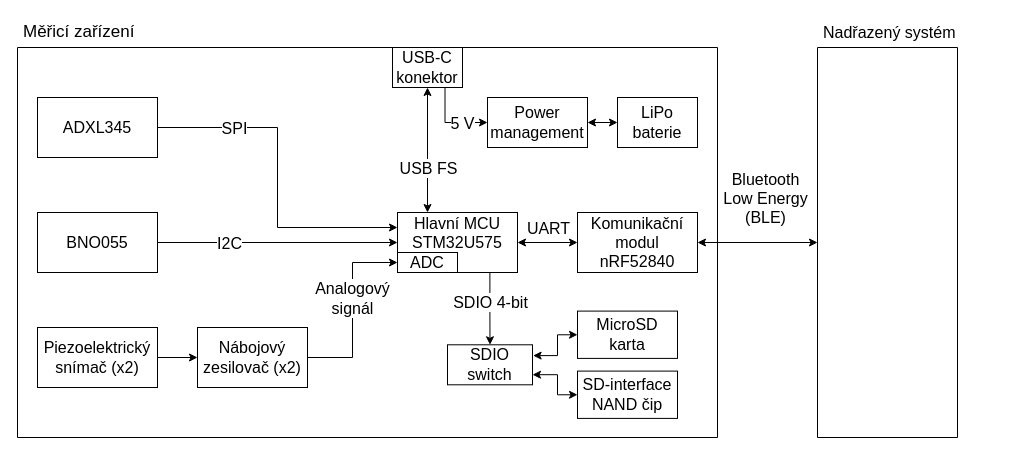
This is acc_diagram2_en.drawio from drasalmarek/accelerometer_block_diagram, a draw.io file, before an edit. Source tidied: cells renumbered, new cells numbered last; positions are measured from the earlier drawing's top-left corner, leaving out a move shared by most shapes. Both pictures are drawn from the tidied source at 100%, with x=0, y=0 at pixel (17, 17).
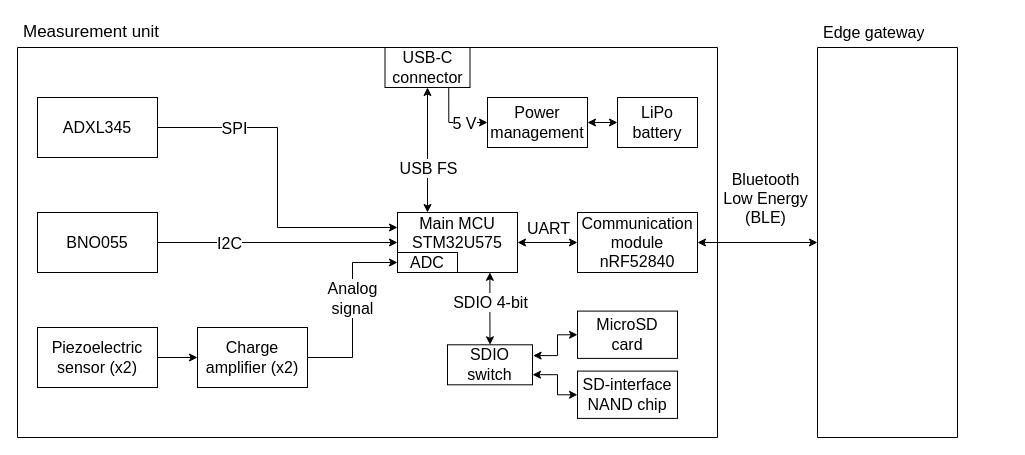
The same diagram, later.

The change refers to these unchanged cells:
```xml
<mxCell id="9" style="swimlane;startSize=0;glass=0;fontSize=16;" parent="1" vertex="1">
  <mxGeometry y="30" width="700" height="390" as="geometry" />
</mxCell>
<mxCell id="26" value="Power management" style="rounded=0;whiteSpace=wrap;html=1;fontSize=16;" parent="9" vertex="1">
  <mxGeometry x="470" y="50" width="100" height="50" as="geometry" />
</mxCell>
<mxCell id="29" style="edgeStyle=orthogonalEdgeStyle;rounded=0;jettySize=auto;html=1;exitX=1;exitY=0.5;exitDx=0;exitDy=0;entryX=0;entryY=0.5;entryDx=0;entryDy=0;fontSize=16;" parent="9" edge="1" source="24" target="28">
  <mxGeometry relative="1" as="geometry" />
</mxCell>
<mxCell id="31" value="SDIO switch" style="rounded=0;whiteSpace=wrap;html=1;fontSize=16;" parent="9" vertex="1">
  <mxGeometry x="430" y="297.3" width="85" height="40" as="geometry" />
</mxCell>
```

What changed in the source:
```diff
@@
-    <mxCell id="4" style="edgeStyle=orthogonalEdgeStyle;rounded=0;jettySize=auto;html=1;exitX=0.5;exitY=1;exitDx=0;exitDy=0;entryX=0.25;entryY=0;entryDx=0;entryDy=0;startArrow=classic;startFill=1;fontSize=16;" parent="1" edge="1" source="8" target="13">
-      <mxGeometry relative="1" as="geometry" />
-    </mxCell>
-    <mxCell id="5" value="USB FS" style="edgeLabel;html=1;align=center;verticalAlign=middle;fontSize=16;" parent="4" vertex="1">
-      <mxGeometry relative="1" as="geometry">
-        <mxPoint y="17" as="offset" />
-      </mxGeometry>
-    </mxCell>
-    <mxCell id="6" style="edgeStyle=orthogonalEdgeStyle;rounded=0;jettySize=auto;html=1;exitX=0.75;exitY=1;exitDx=0;exitDy=0;entryX=0;entryY=0.5;entryDx=0;entryDy=0;fontSize=16;" parent="1" edge="1" source="8" target="26">
-      <mxGeometry relative="1" as="geometry" />
-    </mxCell>
-    <mxCell id="7" value="5 V" style="edgeLabel;html=1;align=center;verticalAlign=middle;fontSize=16;" parent="6" vertex="1">
-      <mxGeometry x="0.16" y="1" relative="1" as="geometry">
-        <mxPoint x="7" y="1" as="offset" />
-      </mxGeometry>
-    </mxCell>
-    <mxCell id="8" value="USB-C konektor" style="rounded=0;whiteSpace=wrap;html=1;fontSize=16;" parent="1" vertex="1">
-      <mxGeometry x="375" y="30" width="70" height="40" as="geometry" />
-    </mxCell>
@@
-    <mxCell id="10" value="&lt;div&gt;Komunikační modul nRF52840&lt;/div&gt;" style="rounded=0;whiteSpace=wrap;html=1;fontSize=16;" parent="9" vertex="1">
+    <mxCell id="10" value="&lt;div&gt;Communication module nRF52840&lt;/div&gt;" style="rounded=0;whiteSpace=wrap;html=1;fontSize=16;" parent="9" vertex="1">
       <mxGeometry x="560" y="165" width="120" height="60" as="geometry" />
     </mxCell>
-    <mxCell id="11" style="edgeStyle=orthogonalEdgeStyle;rounded=0;jettySize=auto;html=1;exitX=0.77;exitY=0.997;exitDx=0;exitDy=0;entryX=0.5;entryY=0;entryDx=0;entryDy=0;exitPerimeter=0;fontSize=16;" parent="9" edge="1" source="13" target="31">
+    <mxCell id="11" style="edgeStyle=orthogonalEdgeStyle;rounded=0;jettySize=auto;html=1;exitX=0.77;exitY=0.997;exitDx=0;exitDy=0;entryX=0.5;entryY=0;entryDx=0;entryDy=0;exitPerimeter=0;fontSize=16;startArrow=classic;startFill=1;" parent="9" edge="1" source="13" target="31">
       <mxGeometry relative="1" as="geometry" />
     </mxCell>
@@
-    <mxCell id="13" value="Hlavní MCU STM32U575&lt;div&gt;&lt;br&gt;&lt;/div&gt;" style="rounded=0;whiteSpace=wrap;html=1;fontSize=16;" parent="9" vertex="1">
+    <mxCell id="13" value="Main MCU STM32U575&lt;div&gt;&lt;br&gt;&lt;/div&gt;" style="rounded=0;whiteSpace=wrap;html=1;fontSize=16;" parent="9" vertex="1">
       <mxGeometry x="380" y="165" width="120" height="60" as="geometry" />
     </mxCell>
@@
-    <mxCell id="23" value="Piezoelektrický snímač (x2)" style="rounded=0;whiteSpace=wrap;html=1;fontSize=16;" parent="9" vertex="1">
+    <mxCell id="23" value="Piezoelectric sensor (x2)" style="rounded=0;whiteSpace=wrap;html=1;fontSize=16;" parent="9" vertex="1">
       <mxGeometry x="20" y="280" width="120" height="60" as="geometry" />
     </mxCell>
-    <mxCell id="24" value="Nábojový zesilovač (x2)" style="rounded=0;whiteSpace=wrap;html=1;fontSize=16;" parent="9" vertex="1">
+    <mxCell id="24" value="Charge amplifier (x2)" style="rounded=0;whiteSpace=wrap;html=1;fontSize=16;" parent="9" vertex="1">
       <mxGeometry x="180" y="280" width="110" height="60" as="geometry" />
     </mxCell>
@@
-    <mxCell id="27" value="LiPo baterie" style="rounded=0;whiteSpace=wrap;html=1;fontSize=16;" parent="9" vertex="1">
+    <mxCell id="27" value="LiPo battery" style="rounded=0;whiteSpace=wrap;html=1;fontSize=16;" parent="9" vertex="1">
       <mxGeometry x="600" y="50" width="80" height="50" as="geometry" />
     </mxCell>
@@
-    <mxCell id="30" value="Analogový&lt;div&gt;signál&lt;/div&gt;" style="edgeLabel;html=1;align=center;verticalAlign=middle;fontSize=16;" parent="29" vertex="1">
+    <mxCell id="30" value="Analog&lt;br&gt;&lt;span style=&quot;background-color: light-dark(#ffffff, var(--ge-dark-color, #121212)); color: light-dark(rgb(0, 0, 0), rgb(255, 255, 255));&quot;&gt;signal&lt;/span&gt;" style="edgeLabel;html=1;align=center;verticalAlign=middle;fontSize=16;" parent="29" vertex="1">
       <mxGeometry x="-0.03" y="1" relative="1" as="geometry">
         <mxPoint y="-15" as="offset" />
       </mxGeometry>
     </mxCell>
@@
-    <mxCell id="33" value="MicroSD karta" style="rounded=0;whiteSpace=wrap;html=1;fontSize=16;" parent="9" vertex="1">
+    <mxCell id="33" value="MicroSD&lt;br&gt;card" style="rounded=0;whiteSpace=wrap;html=1;fontSize=16;" parent="9" vertex="1">
       <mxGeometry x="560" y="263.6" width="100" height="47.3" as="geometry" />
     </mxCell>
@@
-    <mxCell id="35" value="SD-interface NAND čip" style="rounded=0;whiteSpace=wrap;html=1;fontSize=16;" parent="9" vertex="1">
+    <mxCell id="35" value="SD-interface NAND chip" style="rounded=0;whiteSpace=wrap;html=1;fontSize=16;" parent="9" vertex="1">
       <mxGeometry x="560" y="323.6" width="100" height="47.3" as="geometry" />
     </mxCell>
+    <mxCell id="8" value="USB-C&lt;br&gt;connector" style="rounded=0;whiteSpace=wrap;html=1;fontSize=16;" parent="9" vertex="1">
+      <mxGeometry x="367.5" width="85" height="40" as="geometry" />
+    </mxCell>
+    <mxCell id="4" style="edgeStyle=orthogonalEdgeStyle;rounded=0;jettySize=auto;html=1;exitX=0.5;exitY=1;exitDx=0;exitDy=0;entryX=0.25;entryY=0;entryDx=0;entryDy=0;startArrow=classic;startFill=1;fontSize=16;" parent="9" edge="1" source="8" target="13">
+      <mxGeometry relative="1" as="geometry" />
+    </mxCell>
+    <mxCell id="5" value="USB FS" style="edgeLabel;html=1;align=center;verticalAlign=middle;fontSize=16;" parent="4" vertex="1">
+      <mxGeometry relative="1" as="geometry">
+        <mxPoint y="17" as="offset" />
+      </mxGeometry>
+    </mxCell>
+    <mxCell id="6" style="edgeStyle=orthogonalEdgeStyle;rounded=0;jettySize=auto;html=1;exitX=0.75;exitY=1;exitDx=0;exitDy=0;entryX=0;entryY=0.5;entryDx=0;entryDy=0;fontSize=16;" parent="9" edge="1" source="8" target="26">
+      <mxGeometry relative="1" as="geometry" />
+    </mxCell>
+    <mxCell id="7" value="5 V" style="edgeLabel;html=1;align=center;verticalAlign=middle;fontSize=16;" parent="6" vertex="1">
+      <mxGeometry x="0.16" y="1" relative="1" as="geometry">
+        <mxPoint x="7" y="1" as="offset" />
+      </mxGeometry>
+    </mxCell>
@@
-    <mxCell id="37" value="Měřicí zařízení" style="text;strokeColor=none;fillColor=none;align=left;verticalAlign=middle;spacingLeft=4;spacingRight=4;overflow=hidden;whiteSpace=wrap;html=1;fontSize=17;" parent="1" vertex="1">
+    <mxCell id="37" value="Measurement unit" style="text;strokeColor=none;fillColor=none;align=left;verticalAlign=middle;spacingLeft=4;spacingRight=4;overflow=hidden;whiteSpace=wrap;html=1;fontSize=17;" parent="1" vertex="1">
       <mxGeometry width="250" height="30" as="geometry" />
     </mxCell>
-    <mxCell id="38" value="Nadřazený systém" style="text;strokeColor=none;fillColor=none;align=left;verticalAlign=middle;spacingLeft=4;spacingRight=4;overflow=hidden;whiteSpace=wrap;html=1;fontSize=16;" parent="1" vertex="1">
+    <mxCell id="38" value="Edge gateway" style="text;strokeColor=none;fillColor=none;align=left;verticalAlign=middle;spacingLeft=4;spacingRight=4;overflow=hidden;whiteSpace=wrap;html=1;fontSize=16;" parent="1" vertex="1">
       <mxGeometry x="800" width="190" height="30" as="geometry" />
     </mxCell>
```
